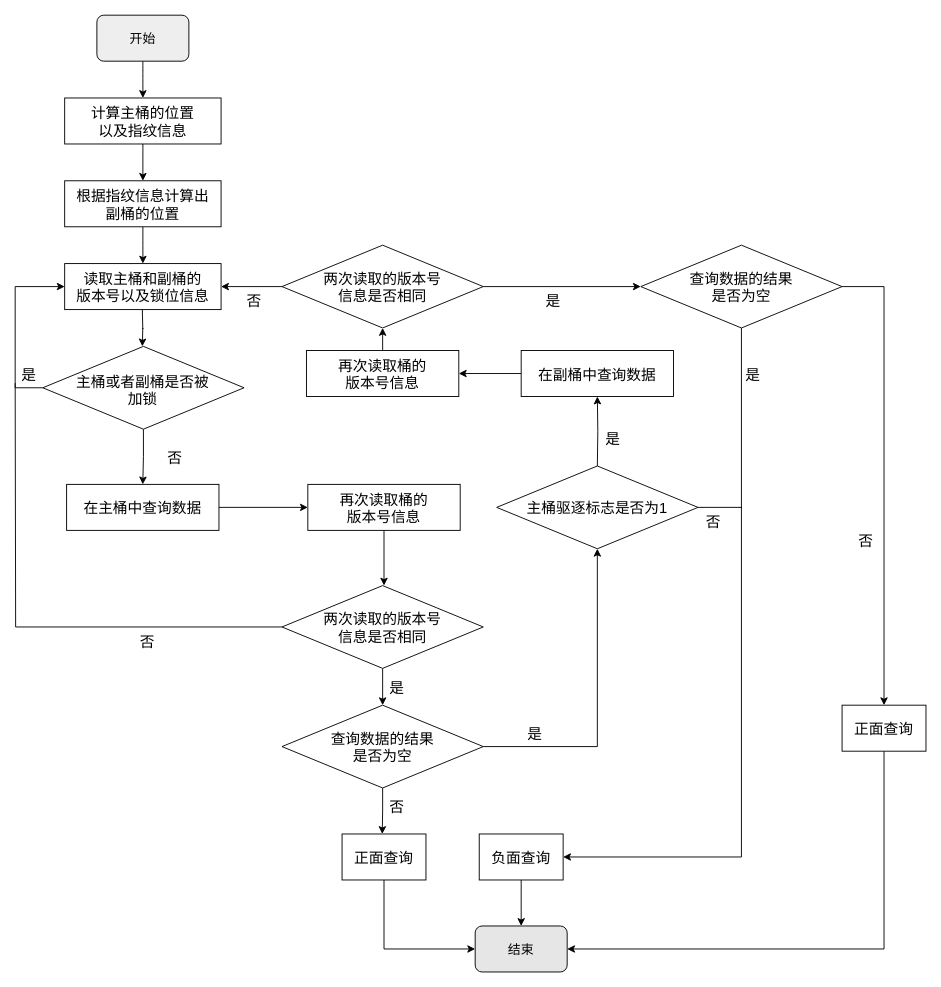
Earlier version of the draw.io diagram page "读取操作流程图" (15 of 22) of 毕业论文.drawio (HustDsy/Picture). Source tidied: cells renumbered, new cells numbered last; positions are measured from the earlier drawing's top-left corner, leaving out a move shared by most shapes. Both pictures are drawn from the tidied source at 92%, with x=0, y=0 at pixel (15, 15).
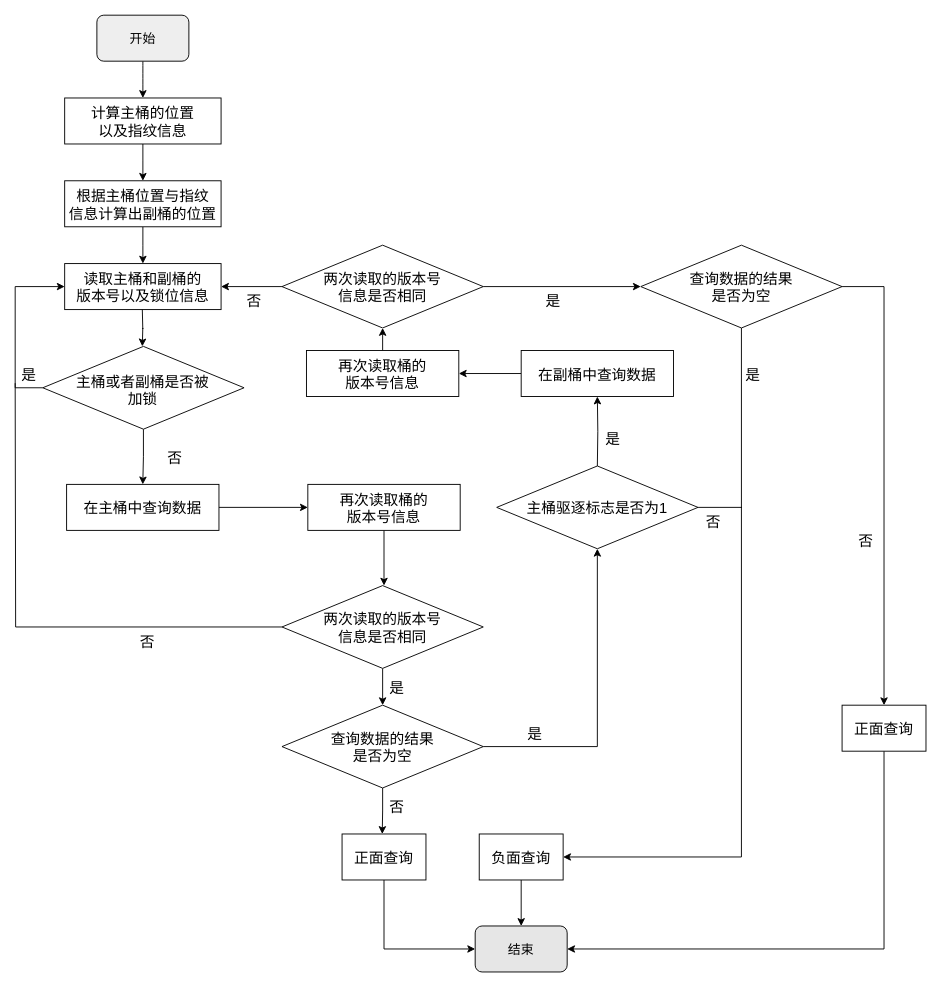
The same page after the edit.

Change to the diagram source:
```diff
@@
-    <mxCell id="7" value="根据指纹信息计算出&#10;副桶的位置" style="rounded=0;comic=0;fontFamily=简宋;fontSize=16;fontColor=default;strokeColor=#000000;strokeWidth=1;fillColor=#FFFFFF;" parent="1" vertex="1">
+    <mxCell id="7" value="根据主桶位置与指纹&#10;信息计算出副桶的位置" style="rounded=0;comic=0;fontFamily=简宋;fontSize=16;fontColor=default;strokeColor=#000000;strokeWidth=1;fillColor=#FFFFFF;" parent="1" vertex="1">
       <mxGeometry x="53.8" y="180" width="170" height="50" as="geometry" />
     </mxCell>
```
